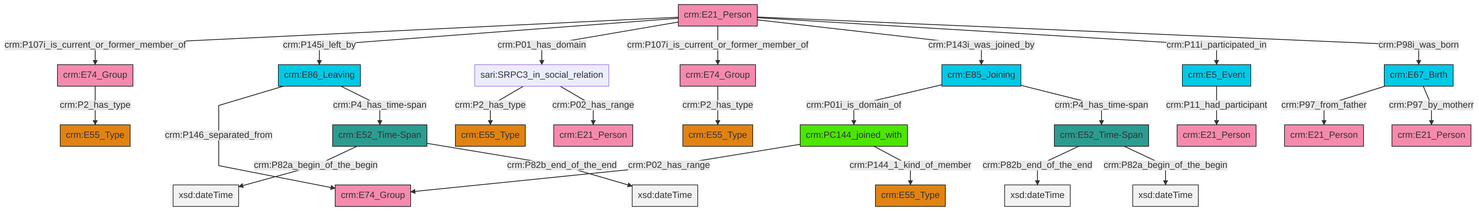
swiss-art-research-net/docs.swissartresearch keeps this Mermaid diagram as et/personCSV/ttl/mmd/png/Person_Actor_Relations.png. Above is the earlier version. Its source is kept beside it as et/personCSV/ttl/mmd/Person_Actor_Relations.ttl.mmd.
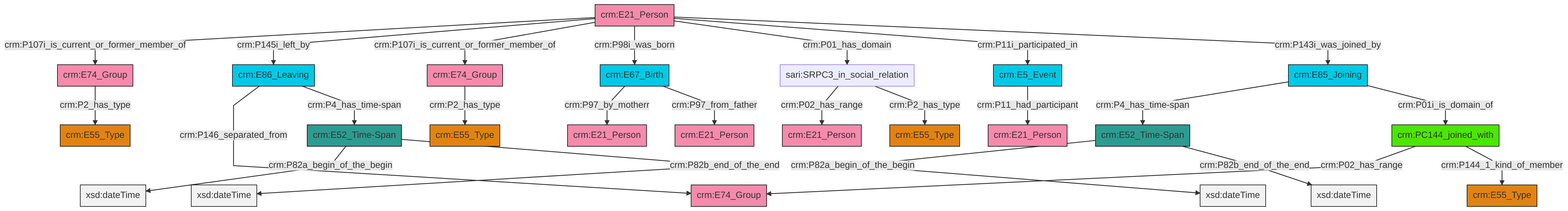
The same diagram one commit later.

Change to the diagram source:
```diff
@@ -13,27 +13,27 @@
 classDef PC_Classes fill:#4ce600, stroke:#000000;
 classDef Multi fill:#cccccc,stroke:#000000;
 
-4["crm:E85_Joining"]:::Temporal_Entity -->|crm:P01i_is_domain_of| 5["crm:PC144_joined_with"]:::PC_Classes
-6["crm:E21_Person"]:::Actor -->|crm:P107i_is_current_or_former_member_of| 7["crm:E74_Group"]:::Actor
-6["crm:E21_Person"]:::Actor -->|crm:P145i_left_by| 2["crm:E86_Leaving"]:::Temporal_Entity
-5["crm:PC144_joined_with"]:::PC_Classes -->|crm:P02_has_range| 10["crm:E74_Group"]:::Actor
-11["sari:SRPC3_in_social_relation"]:::Default -->|crm:P2_has_type| 12["crm:E55_Type"]:::Type
-14["crm:E52_Time-Span"]:::Time-Span -->|crm:P82b_end_of_the_end| 15[xsd:dateTime]:::Literal
-6["crm:E21_Person"]:::Actor -->|crm:P01_has_domain| 11["sari:SRPC3_in_social_relation"]:::Default
-6["crm:E21_Person"]:::Actor -->|crm:P107i_is_current_or_former_member_of| 0["crm:E74_Group"]:::Actor
-19["crm:E5_Event"]:::Temporal_Entity -->|crm:P11_had_participant| 21["crm:E21_Person"]:::Actor
-6["crm:E21_Person"]:::Actor -->|crm:P143i_was_joined_by| 4["crm:E85_Joining"]:::Temporal_Entity
-23["crm:E67_Birth"]:::Temporal_Entity -->|crm:P97_from_father| 24["crm:E21_Person"]:::Actor
-26["crm:E52_Time-Span"]:::Time-Span -->|crm:P82a_begin_of_the_begin| 27[xsd:dateTime]:::Literal
-26["crm:E52_Time-Span"]:::Time-Span -->|crm:P82b_end_of_the_end| 28[xsd:dateTime]:::Literal
-0["crm:E74_Group"]:::Actor -->|crm:P2_has_type| 29["crm:E55_Type"]:::Type
-6["crm:E21_Person"]:::Actor -->|crm:P11i_participated_in| 19["crm:E5_Event"]:::Temporal_Entity
-23["crm:E67_Birth"]:::Temporal_Entity -->|crm:P97_by_motherr| 35["crm:E21_Person"]:::Actor
-2["crm:E86_Leaving"]:::Temporal_Entity -->|crm:P146_separated_from| 10["crm:E74_Group"]:::Actor
-14["crm:E52_Time-Span"]:::Time-Span -->|crm:P82a_begin_of_the_begin| 37[xsd:dateTime]:::Literal
-6["crm:E21_Person"]:::Actor -->|crm:P98i_was_born| 23["crm:E67_Birth"]:::Temporal_Entity
-11["sari:SRPC3_in_social_relation"]:::Default -->|crm:P02_has_range| 8["crm:E21_Person"]:::Actor
-2["crm:E86_Leaving"]:::Temporal_Entity -->|crm:P4_has_time-span| 26["crm:E52_Time-Span"]:::Time-Span
-5["crm:PC144_joined_with"]:::PC_Classes -->|crm:P144_1_kind_of_member| 16["crm:E55_Type"]:::Type
-7["crm:E74_Group"]:::Actor -->|crm:P2_has_type| 32["crm:E55_Type"]:::Type
-4["crm:E85_Joining"]:::Temporal_Entity -->|crm:P4_has_time-span| 14["crm:E52_Time-Span"]:::Time-Span
+0["crm:PC144_joined_with"]:::PC_Classes -->|crm:P02_has_range| 1["crm:E74_Group"]:::Actor
+2["crm:E86_Leaving"]:::Temporal_Entity -->|crm:P146_separated_from| 1["crm:E74_Group"]:::Actor
+3["crm:E21_Person"]:::Actor -->|crm:P107i_is_current_or_former_member_of| 4["crm:E74_Group"]:::Actor
+8["crm:E52_Time-Span"]:::Time-Span -->|crm:P82a_begin_of_the_begin| 9[xsd:dateTime]:::Literal
+10["crm:E5_Event"]:::Temporal_Entity -->|crm:P11_had_participant| 11["crm:E21_Person"]:::Actor
+3["crm:E21_Person"]:::Actor -->|crm:P145i_left_by| 2["crm:E86_Leaving"]:::Temporal_Entity
+2["crm:E86_Leaving"]:::Temporal_Entity -->|crm:P4_has_time-span| 16["crm:E52_Time-Span"]:::Time-Span
+16["crm:E52_Time-Span"]:::Time-Span -->|crm:P82a_begin_of_the_begin| 19[xsd:dateTime]:::Literal
+8["crm:E52_Time-Span"]:::Time-Span -->|crm:P82b_end_of_the_end| 20[xsd:dateTime]:::Literal
+0["crm:PC144_joined_with"]:::PC_Classes -->|crm:P144_1_kind_of_member| 17["crm:E55_Type"]:::Type
+27["crm:E67_Birth"]:::Temporal_Entity -->|crm:P97_by_motherr| 14["crm:E21_Person"]:::Actor
+3["crm:E21_Person"]:::Actor -->|crm:P107i_is_current_or_former_member_of| 33["crm:E74_Group"]:::Actor
+3["crm:E21_Person"]:::Actor -->|crm:P98i_was_born| 27["crm:E67_Birth"]:::Temporal_Entity
+33["crm:E74_Group"]:::Actor -->|crm:P2_has_type| 12["crm:E55_Type"]:::Type
+3["crm:E21_Person"]:::Actor -->|crm:P01_has_domain| 30["sari:SRPC3_in_social_relation"]:::Default
+3["crm:E21_Person"]:::Actor -->|crm:P11i_participated_in| 10["crm:E5_Event"]:::Temporal_Entity
+30["sari:SRPC3_in_social_relation"]:::Default -->|crm:P02_has_range| 24["crm:E21_Person"]:::Actor
+16["crm:E52_Time-Span"]:::Time-Span -->|crm:P82b_end_of_the_end| 39[xsd:dateTime]:::Literal
+6["crm:E85_Joining"]:::Temporal_Entity -->|crm:P4_has_time-span| 8["crm:E52_Time-Span"]:::Time-Span
+27["crm:E67_Birth"]:::Temporal_Entity -->|crm:P97_from_father| 28["crm:E21_Person"]:::Actor
+4["crm:E74_Group"]:::Actor -->|crm:P2_has_type| 21["crm:E55_Type"]:::Type
+6["crm:E85_Joining"]:::Temporal_Entity -->|crm:P01i_is_domain_of| 0["crm:PC144_joined_with"]:::PC_Classes
+3["crm:E21_Person"]:::Actor -->|crm:P143i_was_joined_by| 6["crm:E85_Joining"]:::Temporal_Entity
+30["sari:SRPC3_in_social_relation"]:::Default -->|crm:P2_has_type| 42["crm:E55_Type"]:::Type
```
